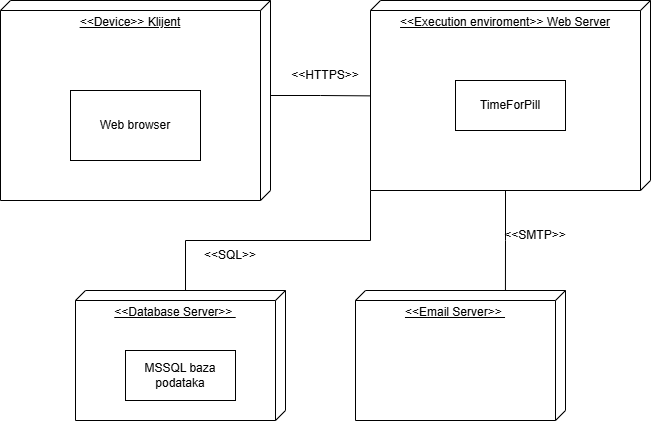
Earlier version of the draw.io export DeploymentDijagram.png (ooad-2025-26/Grupa7-Tim2). Source tidied: cells renumbered, new cells last; positions are measured from the earlier drawing's top-left corner, leaving out a move shared by most shapes.
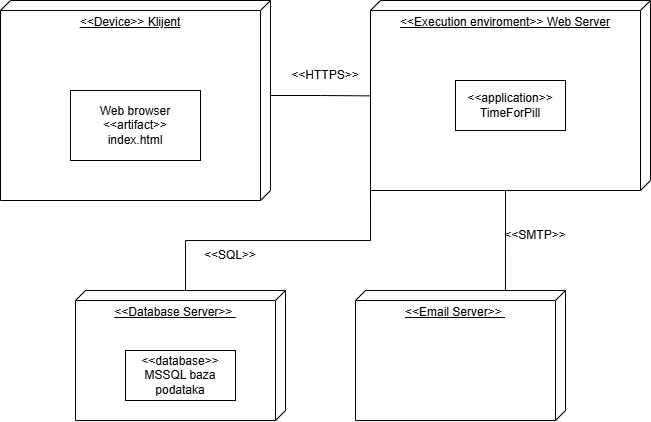
The same diagram one commit later.

Commit message:
Azurirani Deployment dijagram

The edit, as a diff of the source:
```diff
@@ -11,13 +11,13 @@
     <mxCell id="4" value="&amp;lt;&amp;lt;Database Server&amp;gt;&amp;gt;&amp;nbsp;" style="verticalAlign=top;align=center;spacingTop=8;spacingLeft=2;spacingRight=12;shape=cube;size=10;direction=south;fontStyle=4;html=1;whiteSpace=wrap;" parent="1" vertex="1">
       <mxGeometry x="75" y="290" width="210" height="130" as="geometry" />
     </mxCell>
-    <mxCell id="5" value="Web browser" style="html=1;whiteSpace=wrap;" parent="1" vertex="1">
+    <mxCell id="5" value="&lt;div&gt;Web browser&lt;/div&gt;&amp;lt;&amp;lt;artifact&amp;gt;&amp;gt;&lt;br&gt;index.html" style="html=1;whiteSpace=wrap;" parent="1" vertex="1">
       <mxGeometry x="70" y="90" width="130" height="70" as="geometry" />
     </mxCell>
-    <mxCell id="6" value="TimeForPill" style="html=1;whiteSpace=wrap;" parent="1" vertex="1">
+    <mxCell id="6" value="&amp;lt;&amp;lt;application&amp;gt;&amp;gt;&lt;br&gt;TimeForPill" style="html=1;whiteSpace=wrap;" parent="1" vertex="1">
       <mxGeometry x="455" y="80" width="110" height="50" as="geometry" />
     </mxCell>
-    <mxCell id="7" value="MSSQL baza podataka" style="html=1;whiteSpace=wrap;" parent="1" vertex="1">
+    <mxCell id="7" value="&amp;lt;&amp;lt;database&amp;gt;&amp;gt;&lt;br&gt;MSSQL baza podataka" style="html=1;whiteSpace=wrap;" parent="1" vertex="1">
       <mxGeometry x="125" y="350" width="110" height="50" as="geometry" />
     </mxCell>
     <mxCell id="8" value="&amp;lt;&amp;lt;Email Server&amp;gt;&amp;gt;&amp;nbsp;" style="verticalAlign=top;align=center;spacingTop=8;spacingLeft=2;spacingRight=12;shape=cube;size=10;direction=south;fontStyle=4;html=1;whiteSpace=wrap;" parent="1" vertex="1">
```
